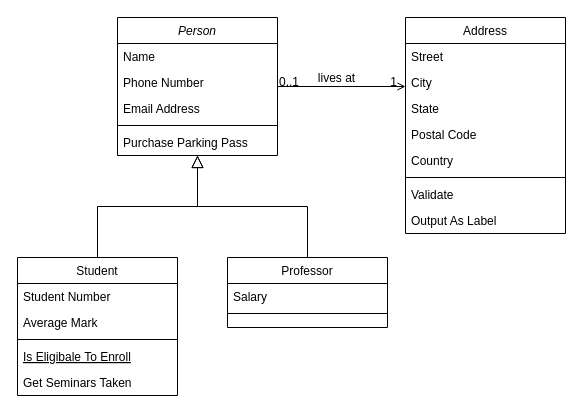
The draw.io diagram MQF.drawio in phongvu99/hello-world, before the edit. Source tidied: cells renumbered, new cells numbered last; positions are measured from the earlier drawing's top-left corner, leaving out a move shared by most shapes. Both pictures are drawn from the tidied source at 100%, with x=0, y=0 at pixel (17, 17).
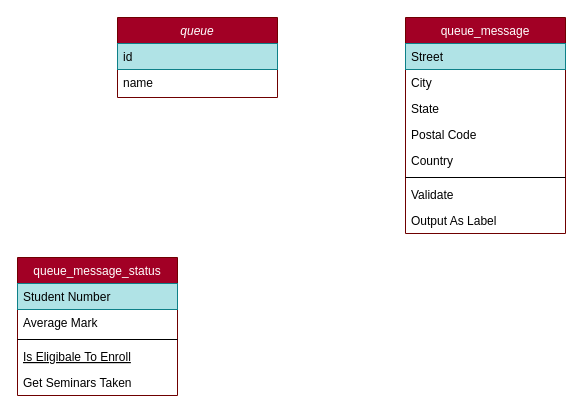
The same page after the edit.

Change to the diagram source:
```diff
@@
-    <mxCell id="2" value="Person" style="swimlane;fontStyle=2;align=center;verticalAlign=top;horizontal=1;startSize=26;rounded=0;shadow=0;strokeWidth=1;" parent="1" vertex="1">
-      <mxGeometry x="100" width="160" height="138" as="geometry" />
+    <mxCell id="2" value="queue" style="swimlane;fontStyle=2;align=center;verticalAlign=top;horizontal=1;startSize=26;rounded=0;shadow=0;strokeWidth=1;fillColor=#a20025;strokeColor=#6F0000;fontColor=#ffffff;" parent="1" vertex="1">
+      <mxGeometry x="100" width="160" height="80" as="geometry" />
     </mxCell>
-    <mxCell id="3" value="Name" style="text;align=left;verticalAlign=top;spacingLeft=4;spacingRight=4;overflow=hidden;" parent="2" vertex="1">
+    <mxCell id="3" value="id" style="text;align=left;verticalAlign=top;spacingLeft=4;spacingRight=4;overflow=hidden;fillColor=#b0e3e6;strokeColor=#0e8088;" parent="2" vertex="1">
       <mxGeometry y="26" width="160" height="26" as="geometry" />
     </mxCell>
-    <mxCell id="4" value="Phone Number" style="text;align=left;verticalAlign=top;spacingLeft=4;spacingRight=4;overflow=hidden;rounded=0;shadow=0;html=0;" parent="2" vertex="1">
+    <mxCell id="4" value="name" style="text;align=left;verticalAlign=top;spacingLeft=4;spacingRight=4;overflow=hidden;rounded=0;shadow=0;html=0;" parent="2" vertex="1">
       <mxGeometry y="52" width="160" height="26" as="geometry" />
     </mxCell>
-    <mxCell id="5" value="Email Address" style="text;align=left;verticalAlign=top;spacingLeft=4;spacingRight=4;overflow=hidden;rounded=0;shadow=0;html=0;" parent="2" vertex="1">
-      <mxGeometry y="78" width="160" height="26" as="geometry" />
-    </mxCell>
-    <mxCell id="6" style="line;html=1;strokeWidth=1;align=left;verticalAlign=middle;spacingTop=-1;spacingLeft=3;spacingRight=3;labelPosition=right;" parent="2" vertex="1">
-      <mxGeometry y="104" width="160" height="8" as="geometry" />
-    </mxCell>
-    <mxCell id="7" value="Purchase Parking Pass" style="text;align=left;verticalAlign=top;spacingLeft=4;spacingRight=4;overflow=hidden;" parent="2" vertex="1">
-      <mxGeometry y="112" width="160" height="26" as="geometry" />
-    </mxCell>
-    <mxCell id="8" value="Student" style="swimlane;fontStyle=0;align=center;verticalAlign=top;horizontal=1;startSize=26;rounded=0;shadow=0;strokeWidth=1;" parent="1" vertex="1">
+    <mxCell id="8" value="queue_message_status" style="swimlane;fontStyle=0;align=center;verticalAlign=top;horizontal=1;startSize=26;rounded=0;shadow=0;strokeWidth=1;fillColor=#a20025;strokeColor=#6F0000;fontColor=#ffffff;" parent="1" vertex="1">
       <mxGeometry y="240" width="160" height="138" as="geometry" />
     </mxCell>
-    <mxCell id="9" value="Student Number" style="text;align=left;verticalAlign=top;spacingLeft=4;spacingRight=4;overflow=hidden;" parent="8" vertex="1">
+    <mxCell id="9" value="Student Number" style="text;align=left;verticalAlign=top;spacingLeft=4;spacingRight=4;overflow=hidden;fillColor=#b0e3e6;strokeColor=#0e8088;" parent="8" vertex="1">
       <mxGeometry y="26" width="160" height="26" as="geometry" />
     </mxCell>
@@
-    <mxCell id="14" style="endArrow=block;endSize=10;endFill=0;shadow=0;strokeWidth=1;rounded=0;edgeStyle=elbowEdgeStyle;elbow=vertical;" parent="1" edge="1" source="8" target="2">
-      <mxGeometry relative="1" as="geometry" />
-    </mxCell>
-    <mxCell id="15" value="Professor" style="swimlane;fontStyle=0;align=center;verticalAlign=top;horizontal=1;startSize=26;rounded=0;shadow=0;strokeWidth=1;" parent="1" vertex="1">
-      <mxGeometry x="210" y="240" width="160" height="70" as="geometry" />
-    </mxCell>
-    <mxCell id="16" value="Salary" style="text;align=left;verticalAlign=top;spacingLeft=4;spacingRight=4;overflow=hidden;" parent="15" vertex="1">
-      <mxGeometry y="26" width="160" height="26" as="geometry" />
-    </mxCell>
-    <mxCell id="17" style="line;html=1;strokeWidth=1;align=left;verticalAlign=middle;spacingTop=-1;spacingLeft=3;spacingRight=3;labelPosition=right;" parent="15" vertex="1">
-      <mxGeometry y="52" width="160" height="8" as="geometry" />
-    </mxCell>
-    <mxCell id="18" style="endArrow=block;endSize=10;endFill=0;shadow=0;strokeWidth=1;rounded=0;edgeStyle=elbowEdgeStyle;elbow=vertical;" parent="1" edge="1" source="15" target="2">
-      <mxGeometry relative="1" as="geometry" />
-    </mxCell>
-    <mxCell id="19" value="Address" style="swimlane;fontStyle=0;align=center;verticalAlign=top;horizontal=1;startSize=26;rounded=0;shadow=0;strokeWidth=1;" parent="1" vertex="1">
+    <mxCell id="19" value="queue_message" style="swimlane;fontStyle=0;align=center;verticalAlign=top;horizontal=1;startSize=26;rounded=0;shadow=0;strokeWidth=1;fillColor=#a20025;strokeColor=#6F0000;fontColor=#ffffff;" parent="1" vertex="1">
       <mxGeometry x="388" width="160" height="216" as="geometry" />
     </mxCell>
-    <mxCell id="20" value="Street" style="text;align=left;verticalAlign=top;spacingLeft=4;spacingRight=4;overflow=hidden;" parent="19" vertex="1">
+    <mxCell id="20" value="Street" style="text;align=left;verticalAlign=top;spacingLeft=4;spacingRight=4;overflow=hidden;fillColor=#b0e3e6;strokeColor=#0e8088;" parent="19" vertex="1">
       <mxGeometry y="26" width="160" height="26" as="geometry" />
     </mxCell>
@@
-    <mxCell id="28" style="endArrow=open;shadow=0;strokeWidth=1;rounded=0;endFill=1;edgeStyle=elbowEdgeStyle;elbow=vertical;" parent="1" edge="1" source="2" target="19">
-      <mxGeometry x="0.5" y="41" relative="1" as="geometry">
-        <mxPoint x="-40" y="32" as="offset" />
-      </mxGeometry>
-    </mxCell>
-    <mxCell id="29" value="0..1" style="align=left;verticalAlign=bottom;labelBackgroundColor=none;fontSize=12;" parent="28" vertex="1">
-      <mxGeometry x="-1" relative="1" as="geometry">
-        <mxPoint y="4" as="offset" />
-      </mxGeometry>
-    </mxCell>
-    <mxCell id="30" value="1" style="align=right;verticalAlign=bottom;labelBackgroundColor=none;fontSize=12;" parent="28" vertex="1">
-      <mxGeometry x="1" relative="1" as="geometry">
-        <mxPoint x="-7" y="4" as="offset" />
-      </mxGeometry>
-    </mxCell>
-    <mxCell id="31" value="lives at" style="text;html=1;align=center;verticalAlign=middle;labelBackgroundColor=none;rounded=0;shadow=0;strokeWidth=1;fontSize=12;" parent="28" vertex="1">
-      <mxGeometry x="0.5" y="49" relative="1" as="geometry">
-        <mxPoint x="-38" y="40" as="offset" />
-      </mxGeometry>
-    </mxCell>
```
